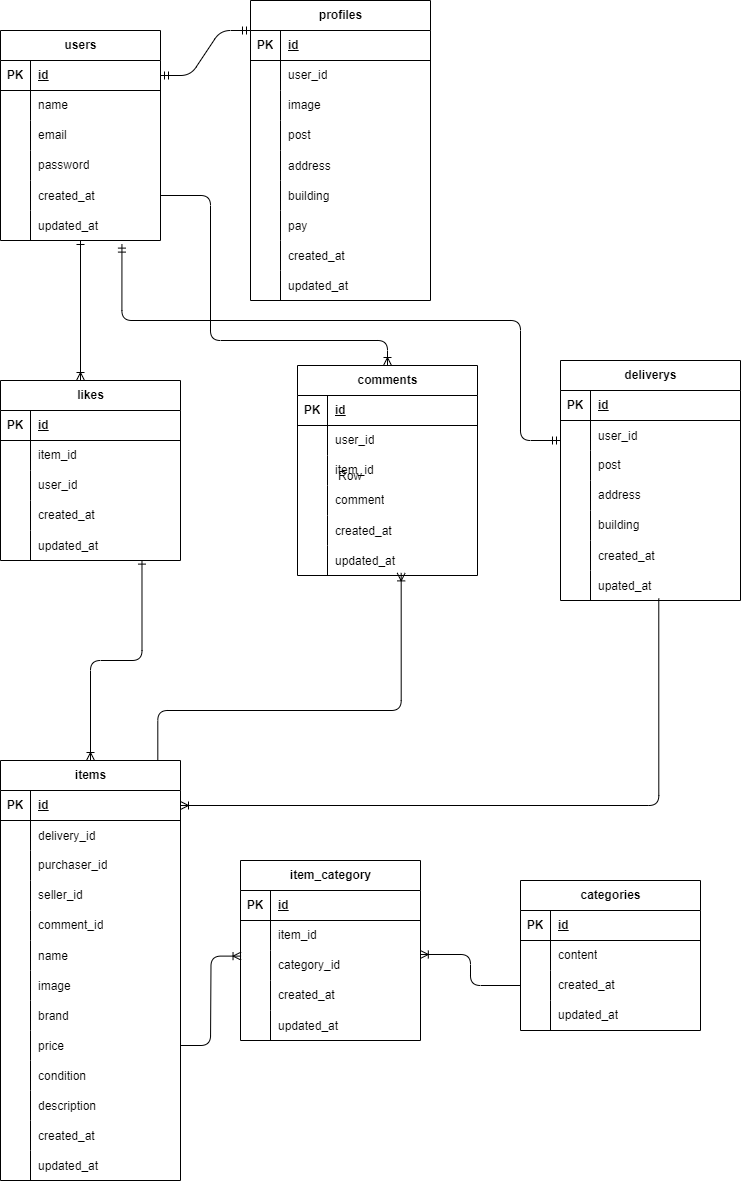
The draw.io diagram frima.drawio.png in daiki-hayakawa17/frima, before a commit. Source tidied: cells renumbered, new cells last; positions are measured from the earlier drawing's top-left corner, leaving out a move shared by most shapes.
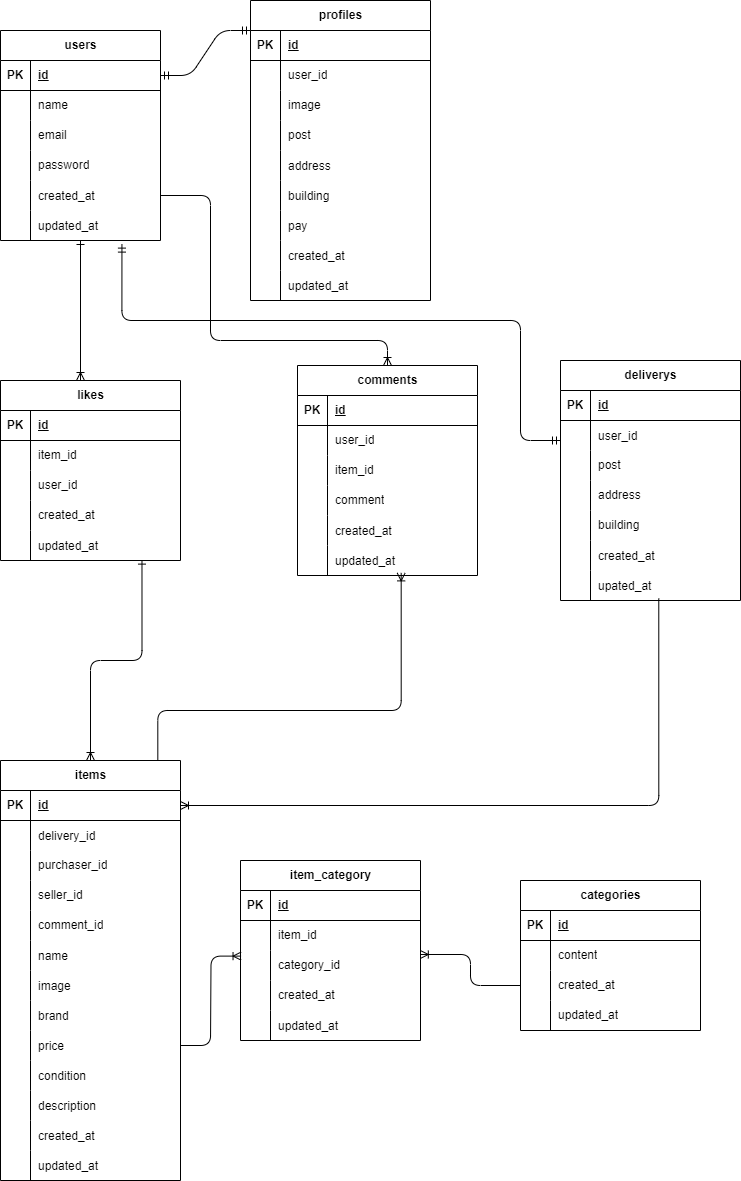
Above is the later version.

Change to the diagram source:
```diff
@@ -575,17 +575,5 @@
         </Array>
       </mxGeometry>
     </mxCell>
-    <mxCell id="184" style="shape=table;startSize=0;rowLines=0;fontStyle=0;align=center;strokeColor=none;fillColor=none;whiteSpace=wrap;html=1;" parent="1" vertex="1">
-      <mxGeometry x="300" y="460" width="180" height="30" as="geometry" />
-    </mxCell>
-    <mxCell id="185" style="shape=tableRow;horizontal=0;startSize=0;swimlaneHead=0;swimlaneBody=0;fillColor=none;top=0;left=0;right=0;bottom=0;" parent="184" vertex="1">
-      <mxGeometry width="180" height="30" as="geometry" />
-    </mxCell>
-    <mxCell id="186" style="shape=partialRectangle;fillColor=none;top=0;left=0;bottom=0;right=0;overflow=hidden;" parent="185" vertex="1">
-      <mxGeometry width="30" height="30" as="geometry" />
-    </mxCell>
-    <mxCell id="187" value="Row" style="shape=partialRectangle;fillColor=none;top=0;left=0;bottom=0;right=0;align=left;spacingLeft=6;overflow=hidden;" parent="185" vertex="1">
-      <mxGeometry x="30" width="150" height="30" as="geometry" />
-    </mxCell>
   </root>
 </mxGraphModel>
```
